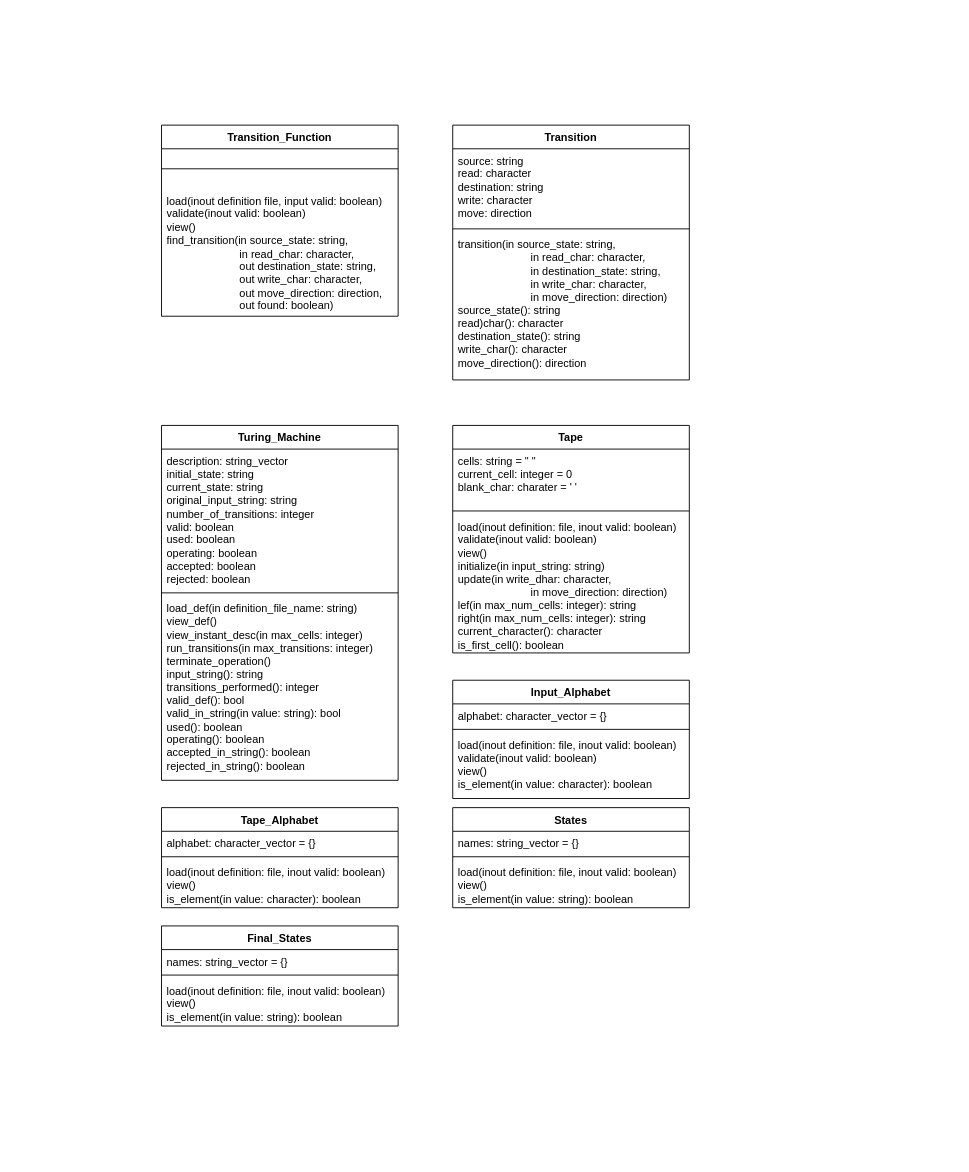
The draw.io diagram TransitionFunction.drawio in IgorBCode/cv, before the edit. Source tidied: cells renumbered, new cells numbered last; positions are measured from the earlier drawing's top-left corner, leaving out a move shared by most shapes. Both pictures are drawn from the tidied source at 91%, with x=0, y=0 at pixel (161, 125).
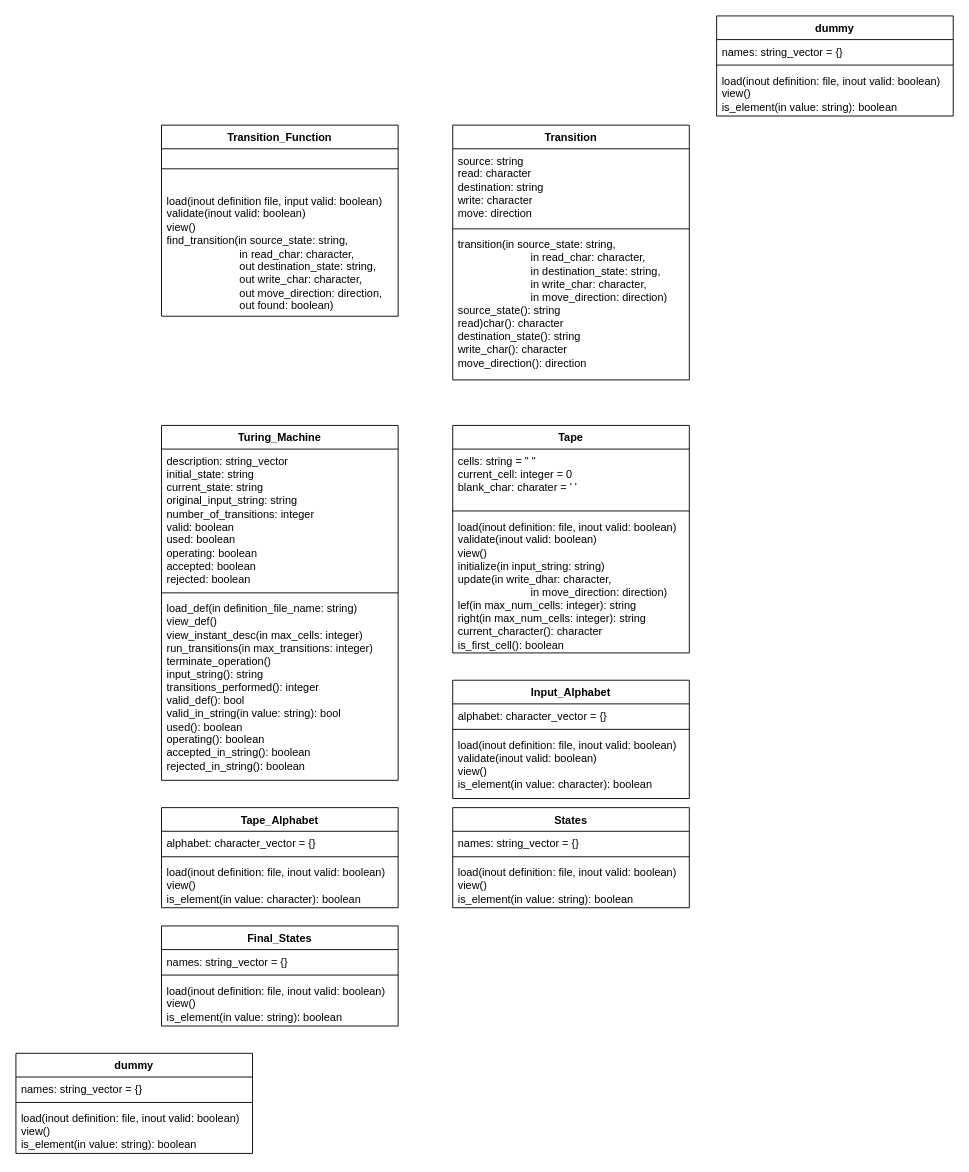
The same page after the edit.

Diff of the diagram source:
```diff
@@
+    <mxCell id="33" value="dummy" style="swimlane;fontStyle=1;align=center;verticalAlign=top;horizontal=1;startSize=26;whiteSpace=wrap;html=1;" parent="1" vertex="1">
+      <mxGeometry x="-160" y="1020" width="260" height="110" as="geometry" />
+    </mxCell>
+    <mxCell id="34" value="names: string_vector = {}" style="text;strokeColor=none;fillColor=none;align=left;verticalAlign=top;spacingLeft=4;spacingRight=4;overflow=hidden;whiteSpace=wrap;html=1;" parent="33" vertex="1">
+      <mxGeometry y="26" width="260" height="24" as="geometry" />
+    </mxCell>
+    <mxCell id="35" style="line;strokeWidth=1;fillColor=none;align=left;verticalAlign=middle;spacingTop=-1;spacingLeft=3;spacingRight=3;labelPosition=right;strokeColor=inherit;" parent="33" vertex="1">
+      <mxGeometry y="50" width="260" height="8" as="geometry" />
+    </mxCell>
+    <mxCell id="36" value="&lt;div&gt;load(inout definition: file, inout valid: boolean)&lt;/div&gt;&lt;div&gt;view()&lt;/div&gt;&lt;div&gt;is_element(in value: string): boolean&lt;br&gt;&lt;/div&gt;" style="text;strokeColor=none;fillColor=none;align=left;verticalAlign=top;spacingLeft=4;spacingRight=4;overflow=hidden;whiteSpace=wrap;html=1;" parent="33" vertex="1">
+      <mxGeometry y="58" width="260" height="52" as="geometry" />
+    </mxCell>
+    <mxCell id="37" value="dummy" style="swimlane;fontStyle=1;align=center;verticalAlign=top;horizontal=1;startSize=26;whiteSpace=wrap;html=1;" parent="1" vertex="1">
+      <mxGeometry x="610" y="-120" width="260" height="110" as="geometry" />
+    </mxCell>
+    <mxCell id="38" value="names: string_vector = {}" style="text;strokeColor=none;fillColor=none;align=left;verticalAlign=top;spacingLeft=4;spacingRight=4;overflow=hidden;whiteSpace=wrap;html=1;" parent="37" vertex="1">
+      <mxGeometry y="26" width="260" height="24" as="geometry" />
+    </mxCell>
+    <mxCell id="39" style="line;strokeWidth=1;fillColor=none;align=left;verticalAlign=middle;spacingTop=-1;spacingLeft=3;spacingRight=3;labelPosition=right;strokeColor=inherit;" parent="37" vertex="1">
+      <mxGeometry y="50" width="260" height="8" as="geometry" />
+    </mxCell>
+    <mxCell id="40" value="&lt;div&gt;load(inout definition: file, inout valid: boolean)&lt;/div&gt;&lt;div&gt;view()&lt;/div&gt;&lt;div&gt;is_element(in value: string): boolean&lt;br&gt;&lt;/div&gt;" style="text;strokeColor=none;fillColor=none;align=left;verticalAlign=top;spacingLeft=4;spacingRight=4;overflow=hidden;whiteSpace=wrap;html=1;" parent="37" vertex="1">
+      <mxGeometry y="58" width="260" height="52" as="geometry" />
+    </mxCell>
```
